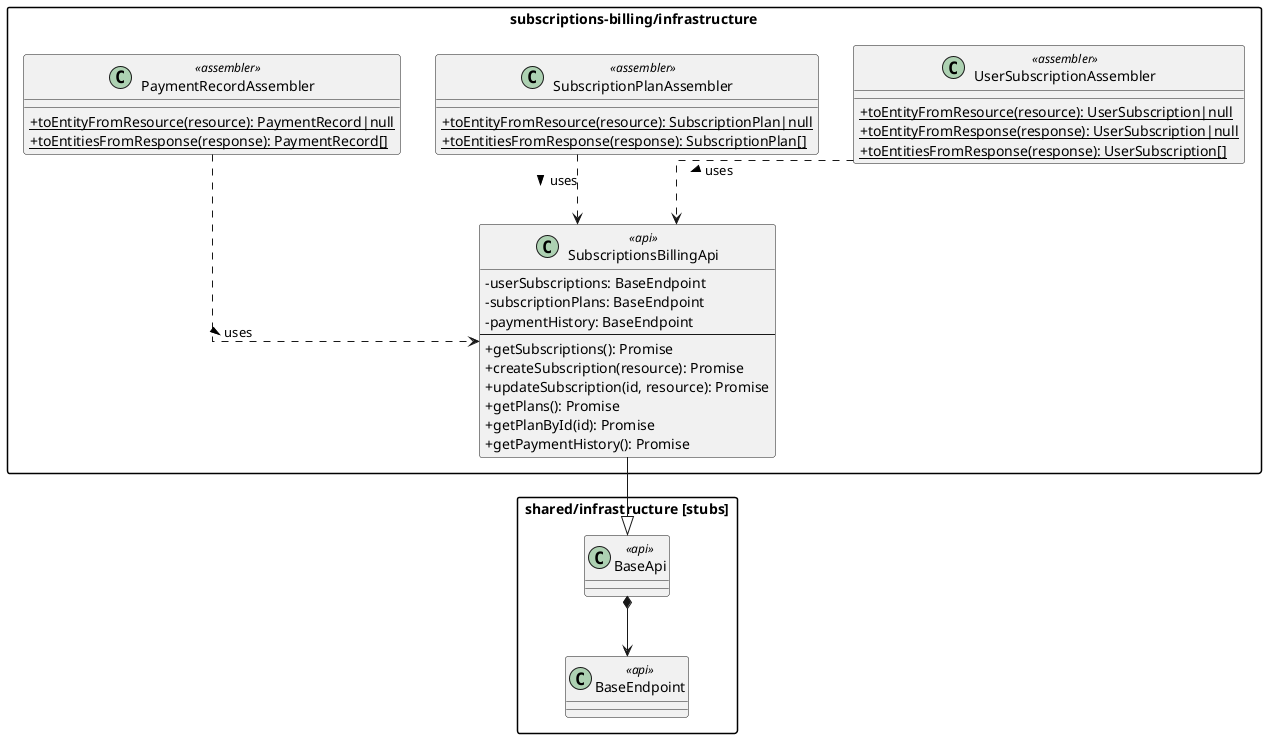
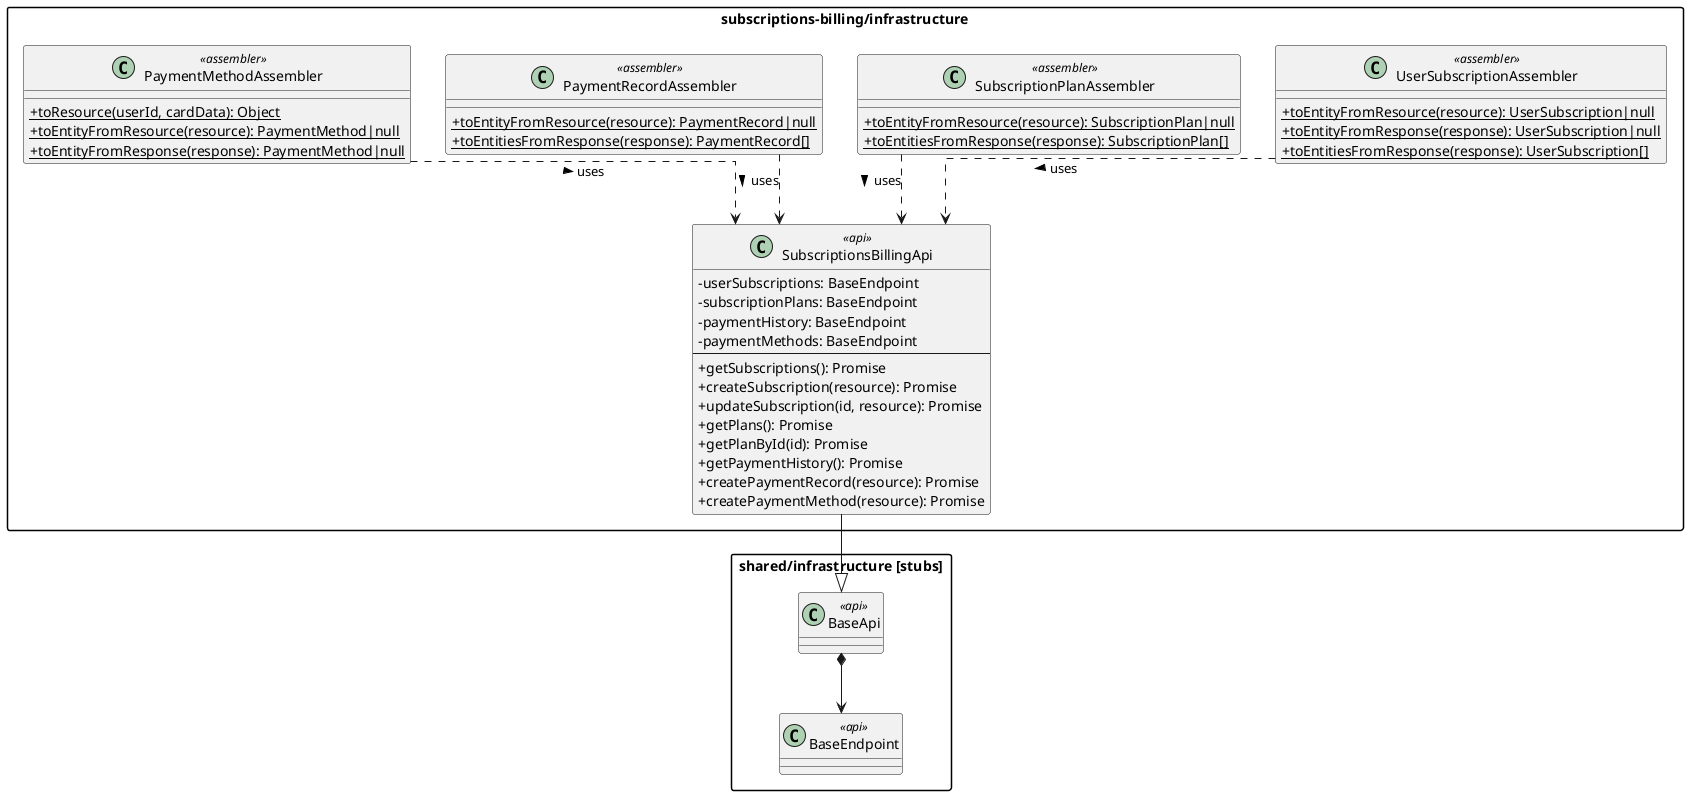
﻿@startuml
skinparam monochrome false
skinparam classAttributeIconSize 0
skinparam packageStyle rectangle
skinparam linetype ortho

package "shared/infrastructure [stubs]" {
  class BaseApi <<api>>
  class BaseEndpoint <<api>>
}

package "subscriptions-billing/infrastructure" {

  class SubscriptionsBillingApi <<api>> {
    - userSubscriptions: BaseEndpoint
    - subscriptionPlans: BaseEndpoint
    - paymentHistory: BaseEndpoint
+     - paymentMethods: BaseEndpoint
    --
    + getSubscriptions(): Promise
    + createSubscription(resource): Promise
    + updateSubscription(id, resource): Promise
    + getPlans(): Promise
    + getPlanById(id): Promise
    + getPaymentHistory(): Promise
+     + createPaymentRecord(resource): Promise
+     + createPaymentMethod(resource): Promise
  }

  class UserSubscriptionAssembler <<assembler>> {
    + {static} toEntityFromResource(resource): UserSubscription|null
    + {static} toEntityFromResponse(response): UserSubscription|null
    + {static} toEntitiesFromResponse(response): UserSubscription[]
  }

  class SubscriptionPlanAssembler <<assembler>> {
    + {static} toEntityFromResource(resource): SubscriptionPlan|null
    + {static} toEntitiesFromResponse(response): SubscriptionPlan[]
  }

  class PaymentRecordAssembler <<assembler>> {
    + {static} toEntityFromResource(resource): PaymentRecord|null
    + {static} toEntitiesFromResponse(response): PaymentRecord[]
  }
+ 
+   class PaymentMethodAssembler <<assembler>> {
+     + {static} toResource(userId, cardData): Object
+     + {static} toEntityFromResource(resource): PaymentMethod|null
+     + {static} toEntityFromResponse(response): PaymentMethod|null
+   }
}

SubscriptionsBillingApi --|> BaseApi
BaseApi *--> BaseEndpoint
UserSubscriptionAssembler ..> SubscriptionsBillingApi : uses >
SubscriptionPlanAssembler ..> SubscriptionsBillingApi : uses >
PaymentRecordAssembler ..> SubscriptionsBillingApi : uses >
+ PaymentMethodAssembler ..> SubscriptionsBillingApi : uses >

@enduml
